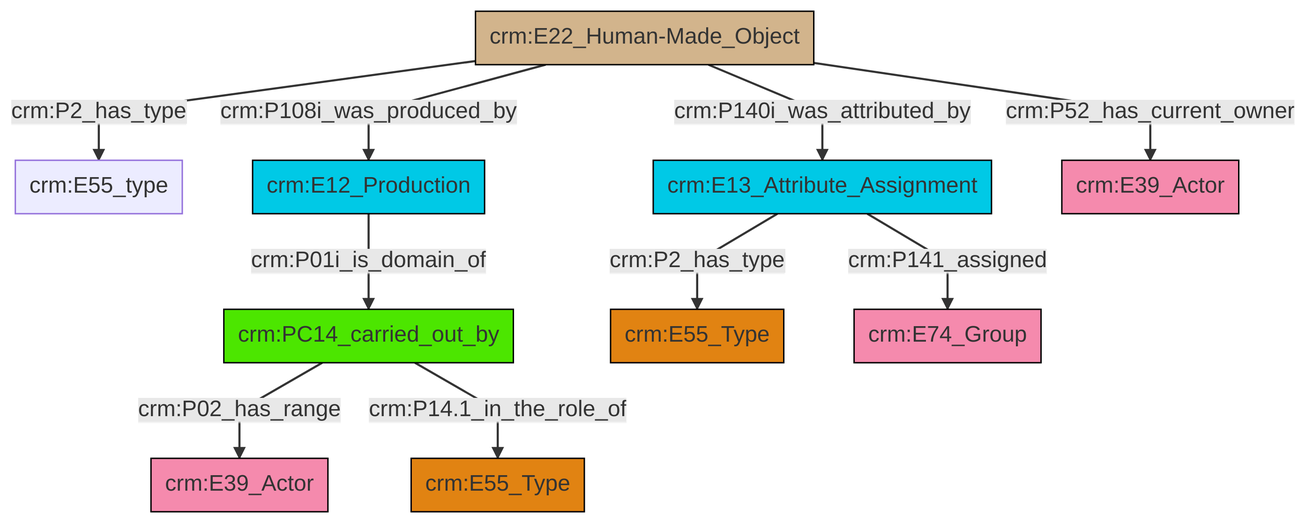
swiss-art-research-net/docs.swissartresearch keeps this Mermaid diagram as et/builtWorkCSV/ttl/mmd/png/Built_Work_actor_relations.png. Above is the earlier version. Its source is kept beside it as et/builtWorkCSV/ttl/mmd/Built_Work_actor_relations.ttl.mmd.
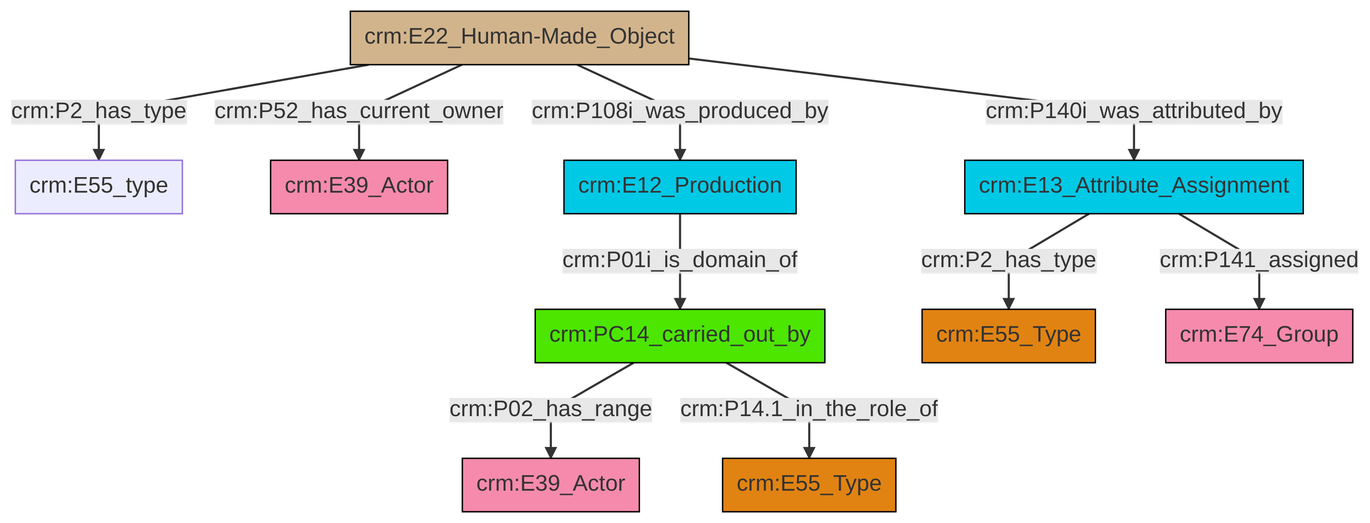
The same file after the commit.

Change to the diagram source:
```diff
@@ -13,12 +13,12 @@
 classDef PC_Classes fill:#4ce600, stroke:#000000;
 classDef Multi fill:#cccccc,stroke:#000000;
 
-0["crm:E22_Human-Made_Object"]:::Physical_Thing -->|crm:P2_has_type| 2["crm:E55_type"]:::Default
-3["crm:E12_Production"]:::Temporal_Entity -->|crm:P01i_is_domain_of| 4["crm:PC14_carried_out_by"]:::PC_Classes
-0["crm:E22_Human-Made_Object"]:::Physical_Thing -->|crm:P140i_was_attributed_by| 8["crm:E13_Attribute_Assignment"]:::Temporal_Entity
-0["crm:E22_Human-Made_Object"]:::Physical_Thing -->|crm:P52_has_current_owner| 11["crm:E39_Actor"]:::Actor
-8["crm:E13_Attribute_Assignment"]:::Temporal_Entity -->|crm:P141_assigned| 13["crm:E74_Group"]:::Actor
-8["crm:E13_Attribute_Assignment"]:::Temporal_Entity -->|crm:P2_has_type| 5["crm:E55_Type"]:::Type
-0["crm:E22_Human-Made_Object"]:::Physical_Thing -->|crm:P108i_was_produced_by| 3["crm:E12_Production"]:::Temporal_Entity
-4["crm:PC14_carried_out_by"]:::PC_Classes -->|crm:P02_has_range| 15["crm:E39_Actor"]:::Actor
-4["crm:PC14_carried_out_by"]:::PC_Classes -->|crm:P14.1_in_the_role_of| 17["crm:E55_Type"]:::Type
+0["crm:PC14_carried_out_by"]:::PC_Classes -->|crm:P02_has_range| 1["crm:E39_Actor"]:::Actor
+10["crm:E22_Human-Made_Object"]:::Physical_Thing -->|crm:P52_has_current_owner| 11["crm:E39_Actor"]:::Actor
+10["crm:E22_Human-Made_Object"]:::Physical_Thing -->|crm:P108i_was_produced_by| 13["crm:E12_Production"]:::Temporal_Entity
+14["crm:E13_Attribute_Assignment"]:::Temporal_Entity -->|crm:P141_assigned| 7["crm:E74_Group"]:::Actor
+10["crm:E22_Human-Made_Object"]:::Physical_Thing -->|crm:P140i_was_attributed_by| 14["crm:E13_Attribute_Assignment"]:::Temporal_Entity
+10["crm:E22_Human-Made_Object"]:::Physical_Thing -->|crm:P2_has_type| 5["crm:E55_type"]:::Default
+0["crm:PC14_carried_out_by"]:::PC_Classes -->|crm:P14.1_in_the_role_of| 15["crm:E55_Type"]:::Type
+14["crm:E13_Attribute_Assignment"]:::Temporal_Entity -->|crm:P2_has_type| 2["crm:E55_Type"]:::Type
+13["crm:E12_Production"]:::Temporal_Entity -->|crm:P01i_is_domain_of| 0["crm:PC14_carried_out_by"]:::PC_Classes
```
